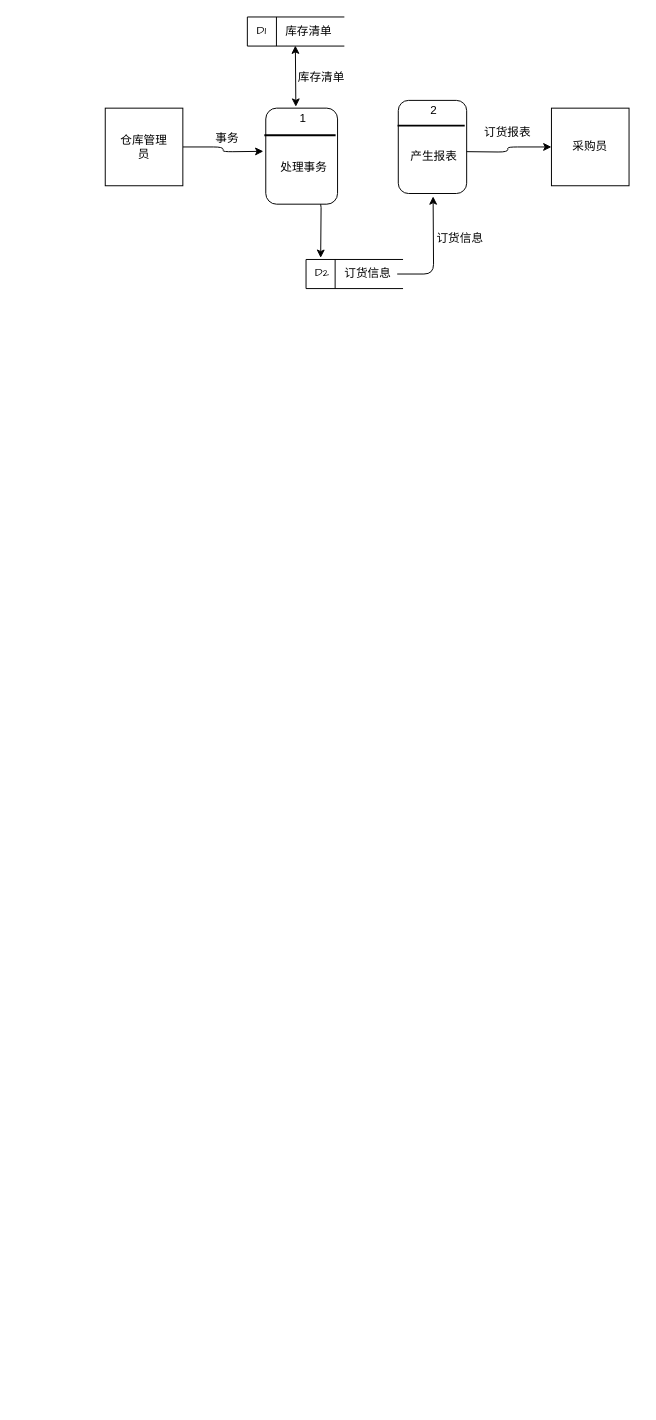
Before: 未命名绘图.drawio in wangXingRunning/weige.github.io, a draw.io diagram. Source tidied: cells renumbered, new cells numbered last; positions are measured from the earlier drawing's top-left corner, leaving out a move shared by most shapes. Both pictures are drawn from the tidied source at 97%, with x=0, y=0 at pixel (105, 16).
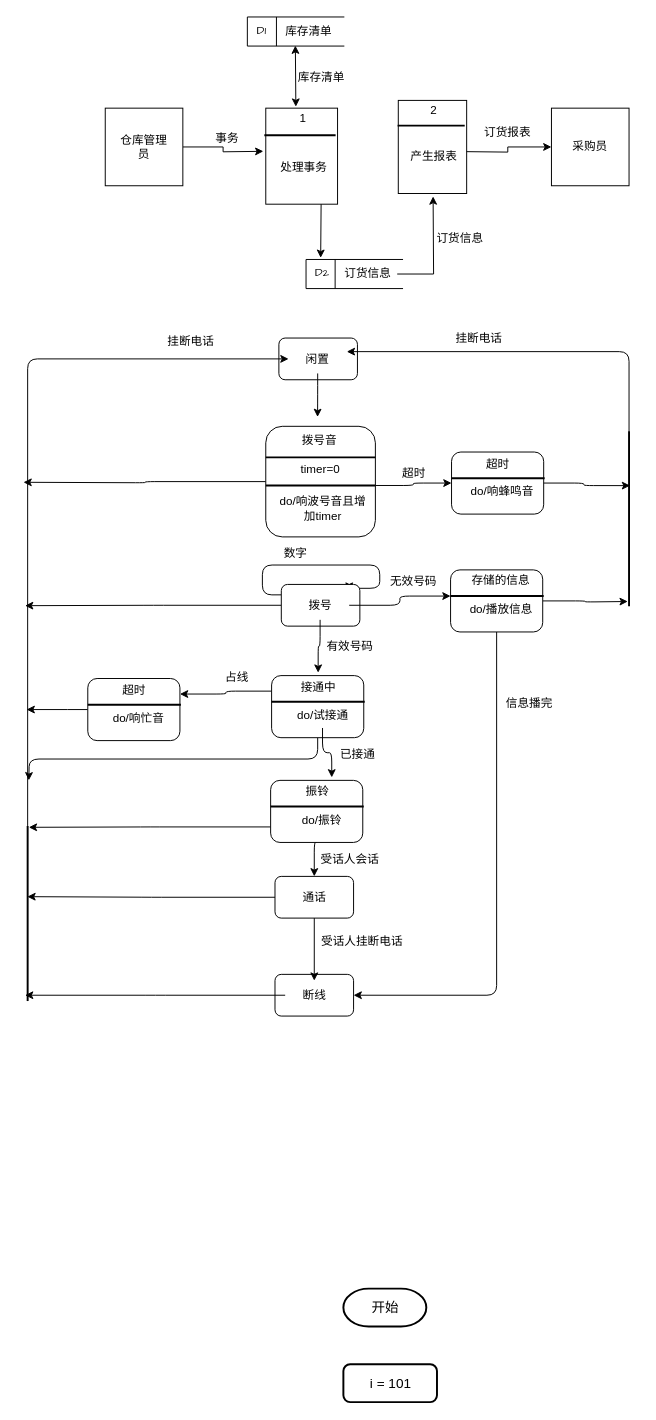
The same page after the edit.

Commit message (it also covers changes not shown here):
更新未命名绘图.drawio

The change refers to these unchanged cells:
```xml
<mxCell id="3" style="whiteSpace=wrap;html=1;hachureGap=4;fontFamily=Architects Daughter;rounded=0;" parent="1" vertex="1">
  <mxGeometry y="94" width="80" height="80" as="geometry" />
</mxCell>
<mxCell id="4" style="whiteSpace=wrap;html=1;hachureGap=4;fontFamily=Architects Daughter;rounded=0;" parent="1" vertex="1">
  <mxGeometry x="460" y="94" width="80" height="80" as="geometry" />
</mxCell>
<mxCell id="14" value="订货信息" style="text;html=1;align=center;verticalAlign=middle;whiteSpace=wrap;rounded=0;" parent="1" vertex="1">
  <mxGeometry x="241" y="250" width="60" height="30" as="geometry" />
</mxCell>
```

Diff of the diagram source:
```diff
@@
-    <mxCell id="2" style="edgeStyle=orthogonalEdgeStyle;jettySize=auto;html=1;exitX=1;exitY=0.5;exitDx=0;exitDy=0;entryX=0;entryY=0.5;entryDx=0;entryDy=0;" parent="1" edge="1" source="3">
+    <mxCell id="2" style="edgeStyle=orthogonalEdgeStyle;jettySize=auto;html=1;exitX=1;exitY=0.5;exitDx=0;exitDy=0;entryX=0;entryY=0.5;entryDx=0;entryDy=0;rounded=0;" parent="1" edge="1" source="3">
       <mxGeometry relative="1" as="geometry">
         <mxPoint x="163" y="138.5" as="targetPoint" />
       </mxGeometry>
     </mxCell>
@@
-    <mxCell id="8" style="edgeStyle=orthogonalEdgeStyle;orthogonalLoop=1;jettySize=auto;html=1;" parent="1" edge="1">
+    <mxCell id="8" style="edgeStyle=orthogonalEdgeStyle;orthogonalLoop=1;jettySize=auto;html=1;rounded=0;" parent="1" edge="1">
       <mxGeometry relative="1" as="geometry">
         <mxPoint x="196.5" y="186" as="sourcePoint" />
         <mxPoint x="222.1" y="248.3" as="targetPoint" />
       </mxGeometry>
     </mxCell>
-    <mxCell id="9" style="edgeStyle=orthogonalEdgeStyle;jettySize=auto;html=1;exitX=1;exitY=0.5;exitDx=0;exitDy=0;entryX=0;entryY=0.5;entryDx=0;entryDy=0;" parent="1" edge="1" target="4">
+    <mxCell id="9" style="edgeStyle=orthogonalEdgeStyle;jettySize=auto;html=1;exitX=1;exitY=0.5;exitDx=0;exitDy=0;entryX=0;entryY=0.5;entryDx=0;entryDy=0;rounded=0;" parent="1" edge="1" target="4">
       <mxGeometry relative="1" as="geometry">
         <mxPoint x="369" y="138.8" as="sourcePoint" />
       </mxGeometry>
     </mxCell>
@@
-    <mxCell id="13" style="edgeStyle=orthogonalEdgeStyle;jettySize=auto;html=1;entryX=0.5;entryY=1;entryDx=0;entryDy=0;" parent="1" edge="1" source="14">
+    <mxCell id="13" style="edgeStyle=orthogonalEdgeStyle;jettySize=auto;html=1;entryX=0.5;entryY=1;entryDx=0;entryDy=0;rounded=0;" parent="1" edge="1" source="14">
       <mxGeometry relative="1" as="geometry">
         <mxPoint x="338" y="185" as="targetPoint" />
       </mxGeometry>
     </mxCell>
@@
-    <mxCell id="17" style="endArrow=classic;startArrow=classic;html=1;" parent="1" edge="1">
+    <mxCell id="17" style="endArrow=classic;startArrow=classic;html=1;rounded=0;" parent="1" edge="1">
       <mxGeometry relative="1" as="geometry">
         <mxPoint x="196.5" y="92.5" as="sourcePoint" />
         <mxPoint x="196" y="29.5" as="targetPoint" />
       </mxGeometry>
     </mxCell>
@@
-    <mxCell id="19" style="rounded=1;whiteSpace=wrap;html=1;" parent="1" vertex="1">
+    <mxCell id="19" style="rounded=0;whiteSpace=wrap;html=1;" parent="1" vertex="1">
       <mxGeometry x="165.5" y="94" width="74" height="99" as="geometry" />
     </mxCell>
-    <mxCell id="20" style="line;strokeWidth=2;html=1;" parent="1" vertex="1">
+    <mxCell id="20" style="line;strokeWidth=2;html=1;rounded=0;" parent="1" vertex="1">
       <mxGeometry x="164" y="117" width="73.5" height="10" as="geometry" />
     </mxCell>
@@
-    <mxCell id="23" style="rounded=1;whiteSpace=wrap;html=1;" parent="1" vertex="1">
+    <mxCell id="23" style="rounded=0;whiteSpace=wrap;html=1;" parent="1" vertex="1">
       <mxGeometry x="302.1" y="86" width="70.5" height="96" as="geometry" />
     </mxCell>
-    <mxCell id="24" style="line;strokeWidth=2;html=1;" parent="1" vertex="1">
+    <mxCell id="24" style="line;strokeWidth=2;html=1;rounded=0;" parent="1" vertex="1">
       <mxGeometry x="301.4" y="107" width="69.2" height="10" as="geometry" />
     </mxCell>
@@
+    <mxCell id="27" style="rounded=1;whiteSpace=wrap;html=1;" parent="1" vertex="1">
+      <mxGeometry x="179" y="331" width="81" height="43" as="geometry" />
+    </mxCell>
+    <mxCell id="28" style="edgeStyle=orthogonalEdgeStyle;jettySize=auto;html=1;exitX=0.5;exitY=1;exitDx=0;exitDy=0;" parent="1" edge="1" source="29">
+      <mxGeometry relative="1" as="geometry">
+        <mxPoint x="218.9" y="412.4" as="targetPoint" />
+      </mxGeometry>
+    </mxCell>
+    <mxCell id="29" value="闲置" style="text;html=1;align=center;verticalAlign=middle;whiteSpace=wrap;rounded=0;" parent="1" vertex="1">
+      <mxGeometry x="189" y="337.5" width="60" height="30" as="geometry" />
+    </mxCell>
+    <mxCell id="30" style="rounded=1;whiteSpace=wrap;html=1;" parent="1" vertex="1">
+      <mxGeometry x="175" y="987" width="81" height="43" as="geometry" />
+    </mxCell>
+    <mxCell id="31" style="edgeStyle=orthogonalEdgeStyle;jettySize=auto;html=1;" parent="1" edge="1" source="32">
+      <mxGeometry relative="1" as="geometry">
+        <mxPoint x="-82.7" y="1008.5" as="targetPoint" />
+      </mxGeometry>
+    </mxCell>
+    <mxCell id="32" value="断线" style="text;html=1;align=center;verticalAlign=middle;whiteSpace=wrap;rounded=0;" parent="1" vertex="1">
+      <mxGeometry x="185.5" y="993.5" width="60" height="30" as="geometry" />
+    </mxCell>
+    <mxCell id="33" style="edgeStyle=orthogonalEdgeStyle;jettySize=auto;html=1;exitX=0.5;exitY=1;exitDx=0;exitDy=0;entryX=0.5;entryY=0;entryDx=0;entryDy=0;" parent="1" edge="1" source="35" target="32">
+      <mxGeometry relative="1" as="geometry" />
+    </mxCell>
+    <mxCell id="34" style="edgeStyle=orthogonalEdgeStyle;jettySize=auto;html=1;exitX=0;exitY=0.5;exitDx=0;exitDy=0;" parent="1" edge="1" source="35">
+      <mxGeometry relative="1" as="geometry">
+        <mxPoint x="-80.3" y="906.9" as="targetPoint" />
+      </mxGeometry>
+    </mxCell>
+    <mxCell id="35" style="rounded=1;whiteSpace=wrap;html=1;" parent="1" vertex="1">
+      <mxGeometry x="175" y="886" width="81" height="43" as="geometry" />
+    </mxCell>
+    <mxCell id="36" value="通话" style="text;html=1;align=center;verticalAlign=middle;whiteSpace=wrap;rounded=0;" parent="1" vertex="1">
+      <mxGeometry x="185.5" y="892.5" width="60" height="30" as="geometry" />
+    </mxCell>
+    <mxCell id="37" style="edgeStyle=orthogonalEdgeStyle;jettySize=auto;html=1;exitX=0;exitY=0.5;exitDx=0;exitDy=0;" parent="1" edge="1" source="38">
+      <mxGeometry relative="1" as="geometry">
+        <mxPoint x="-84.3" y="479.7" as="targetPoint" />
+      </mxGeometry>
+    </mxCell>
+    <mxCell id="38" style="rounded=1;whiteSpace=wrap;html=1;" parent="1" vertex="1">
+      <mxGeometry x="165.5" y="422" width="113" height="114" as="geometry" />
+    </mxCell>
+    <mxCell id="39" style="line;strokeWidth=2;html=1;" parent="1" vertex="1">
+      <mxGeometry x="165.5" y="449" width="113" height="10" as="geometry" />
+    </mxCell>
+    <mxCell id="40" style="edgeStyle=orthogonalEdgeStyle;jettySize=auto;html=1;exitX=1;exitY=0.5;exitDx=0;exitDy=0;exitPerimeter=0;entryX=0;entryY=0.5;entryDx=0;entryDy=0;" parent="1" edge="1" source="41" target="45">
+      <mxGeometry relative="1" as="geometry" />
+    </mxCell>
+    <mxCell id="41" style="line;strokeWidth=2;html=1;" parent="1" vertex="1">
+      <mxGeometry x="165.5" y="478" width="113" height="10" as="geometry" />
+    </mxCell>
+    <mxCell id="42" value="拨号音" style="text;html=1;align=center;verticalAlign=middle;whiteSpace=wrap;rounded=0;" parent="1" vertex="1">
+      <mxGeometry x="191" y="422" width="60" height="30" as="geometry" />
+    </mxCell>
+    <mxCell id="43" value="timer=0" style="text;html=1;align=center;verticalAlign=middle;whiteSpace=wrap;rounded=0;" parent="1" vertex="1">
+      <mxGeometry x="192" y="452" width="60" height="30" as="geometry" />
+    </mxCell>
+    <mxCell id="44" value="do/响波号音且增加timer" style="text;html=1;align=center;verticalAlign=middle;whiteSpace=wrap;rounded=0;" parent="1" vertex="1">
+      <mxGeometry x="179" y="491" width="90.5" height="32" as="geometry" />
+    </mxCell>
+    <mxCell id="45" style="rounded=1;whiteSpace=wrap;html=1;" parent="1" vertex="1">
+      <mxGeometry x="357" y="448.5" width="95" height="64" as="geometry" />
+    </mxCell>
+    <mxCell id="46" style="line;strokeWidth=2;html=1;" parent="1" vertex="1">
+      <mxGeometry x="357" y="470.5" width="96" height="10" as="geometry" />
+    </mxCell>
+    <mxCell id="47" value="超时" style="text;html=1;align=center;verticalAlign=middle;whiteSpace=wrap;rounded=0;" parent="1" vertex="1">
+      <mxGeometry x="375" y="445.5" width="60" height="30" as="geometry" />
+    </mxCell>
+    <mxCell id="48" value="do/响蜂鸣音" style="text;html=1;align=center;verticalAlign=middle;whiteSpace=wrap;rounded=0;" parent="1" vertex="1">
+      <mxGeometry x="375" y="475.5" width="69" height="27" as="geometry" />
+    </mxCell>
+    <mxCell id="49" style="edgeStyle=orthogonalEdgeStyle;jettySize=auto;html=1;exitX=0.5;exitY=1;exitDx=0;exitDy=0;entryX=1;entryY=0.5;entryDx=0;entryDy=0;" parent="1" edge="1" source="51" target="30">
+      <mxGeometry relative="1" as="geometry" />
+    </mxCell>
+    <mxCell id="50" style="edgeStyle=orthogonalEdgeStyle;jettySize=auto;html=1;exitX=1;exitY=0.5;exitDx=0;exitDy=0;" parent="1" edge="1" source="51">
+      <mxGeometry relative="1" as="geometry">
+        <mxPoint x="538.7" y="602.6" as="targetPoint" />
+      </mxGeometry>
+    </mxCell>
+    <mxCell id="51" style="rounded=1;whiteSpace=wrap;html=1;" parent="1" vertex="1">
+      <mxGeometry x="356" y="570" width="95" height="64" as="geometry" />
+    </mxCell>
+    <mxCell id="52" style="line;strokeWidth=2;html=1;" parent="1" vertex="1">
+      <mxGeometry x="356" y="592" width="96" height="10" as="geometry" />
+    </mxCell>
+    <mxCell id="53" value="存储的信息" style="text;html=1;align=center;verticalAlign=middle;whiteSpace=wrap;rounded=0;" parent="1" vertex="1">
+      <mxGeometry x="374" y="567" width="68" height="27" as="geometry" />
+    </mxCell>
+    <mxCell id="54" value="do/播放信息" style="text;html=1;align=center;verticalAlign=middle;whiteSpace=wrap;rounded=0;" parent="1" vertex="1">
+      <mxGeometry x="374" y="597" width="69" height="27" as="geometry" />
+    </mxCell>
+    <mxCell id="55" style="edgeStyle=orthogonalEdgeStyle;jettySize=auto;html=1;exitX=0;exitY=0.5;exitDx=0;exitDy=0;" parent="1" edge="1" source="56">
+      <mxGeometry relative="1" as="geometry">
+        <mxPoint x="-81.1" y="714" as="targetPoint" />
+      </mxGeometry>
+    </mxCell>
+    <mxCell id="56" style="rounded=1;whiteSpace=wrap;html=1;" parent="1" vertex="1">
+      <mxGeometry x="-18" y="682" width="95" height="64" as="geometry" />
+    </mxCell>
+    <mxCell id="57" style="line;strokeWidth=2;html=1;" parent="1" vertex="1">
+      <mxGeometry x="-18" y="704" width="96" height="10" as="geometry" />
+    </mxCell>
+    <mxCell id="58" value="超时" style="text;html=1;align=center;verticalAlign=middle;whiteSpace=wrap;rounded=0;" parent="1" vertex="1">
+      <mxGeometry y="679" width="60" height="30" as="geometry" />
+    </mxCell>
+    <mxCell id="59" value="do/响忙音" style="text;html=1;align=center;verticalAlign=middle;whiteSpace=wrap;rounded=0;" parent="1" vertex="1">
+      <mxGeometry y="709" width="69" height="27" as="geometry" />
+    </mxCell>
+    <mxCell id="60" style="edgeStyle=orthogonalEdgeStyle;jettySize=auto;html=1;exitX=0;exitY=0.25;exitDx=0;exitDy=0;entryX=1;entryY=0.25;entryDx=0;entryDy=0;" parent="1" edge="1" source="62" target="56">
+      <mxGeometry relative="1" as="geometry" />
+    </mxCell>
+    <mxCell id="61" style="edgeStyle=orthogonalEdgeStyle;jettySize=auto;html=1;exitX=0.5;exitY=1;exitDx=0;exitDy=0;" parent="1" edge="1" source="62">
+      <mxGeometry relative="1" as="geometry">
+        <mxPoint x="-78.8" y="787" as="targetPoint" />
+      </mxGeometry>
+    </mxCell>
+    <mxCell id="62" style="rounded=1;whiteSpace=wrap;html=1;" parent="1" vertex="1">
+      <mxGeometry x="171.5" y="679" width="95" height="64" as="geometry" />
+    </mxCell>
+    <mxCell id="63" style="line;strokeWidth=2;html=1;" parent="1" vertex="1">
+      <mxGeometry x="171.5" y="701" width="96" height="10" as="geometry" />
+    </mxCell>
+    <mxCell id="64" value="接通中" style="text;html=1;align=center;verticalAlign=middle;whiteSpace=wrap;rounded=0;" parent="1" vertex="1">
+      <mxGeometry x="189.5" y="676" width="60" height="30" as="geometry" />
+    </mxCell>
+    <mxCell id="65" style="edgeStyle=orthogonalEdgeStyle;jettySize=auto;html=1;entryX=0.75;entryY=0;entryDx=0;entryDy=0;" parent="1" edge="1" source="66" target="71">
+      <mxGeometry relative="1" as="geometry" />
+    </mxCell>
+    <mxCell id="66" value="do/试接通" style="text;html=1;align=center;verticalAlign=middle;whiteSpace=wrap;rounded=0;" parent="1" vertex="1">
+      <mxGeometry x="189.5" y="706" width="69" height="27" as="geometry" />
+    </mxCell>
+    <mxCell id="67" style="edgeStyle=orthogonalEdgeStyle;jettySize=auto;html=1;exitX=0;exitY=0.75;exitDx=0;exitDy=0;" parent="1" edge="1" source="69">
+      <mxGeometry relative="1" as="geometry">
+        <mxPoint x="-78.8" y="835.4" as="targetPoint" />
+      </mxGeometry>
+    </mxCell>
+    <mxCell id="68" style="edgeStyle=orthogonalEdgeStyle;jettySize=auto;html=1;exitX=0.5;exitY=1;exitDx=0;exitDy=0;entryX=0.5;entryY=0;entryDx=0;entryDy=0;" parent="1" edge="1" source="69" target="35">
+      <mxGeometry relative="1" as="geometry" />
+    </mxCell>
+    <mxCell id="69" style="rounded=1;whiteSpace=wrap;html=1;" parent="1" vertex="1">
+      <mxGeometry x="170.5" y="787" width="95" height="64" as="geometry" />
+    </mxCell>
+    <mxCell id="70" style="line;strokeWidth=2;html=1;" parent="1" vertex="1">
+      <mxGeometry x="170.5" y="809" width="96" height="10" as="geometry" />
+    </mxCell>
+    <mxCell id="71" value="振铃" style="text;html=1;align=center;verticalAlign=middle;whiteSpace=wrap;rounded=0;" parent="1" vertex="1">
+      <mxGeometry x="188.5" y="784" width="60" height="30" as="geometry" />
+    </mxCell>
+    <mxCell id="72" value="do/振铃" style="text;html=1;align=center;verticalAlign=middle;whiteSpace=wrap;rounded=0;" parent="1" vertex="1">
+      <mxGeometry x="188.5" y="814" width="69" height="27" as="geometry" />
+    </mxCell>
+    <mxCell id="73" style="edgeStyle=orthogonalEdgeStyle;jettySize=auto;html=1;exitX=0;exitY=0.5;exitDx=0;exitDy=0;" parent="1" edge="1" source="75">
+      <mxGeometry relative="1" as="geometry">
+        <mxPoint x="-82.7" y="606.9" as="targetPoint" />
+      </mxGeometry>
+    </mxCell>
+    <mxCell id="74" style="edgeStyle=orthogonalEdgeStyle;jettySize=auto;html=1;exitX=0;exitY=0.25;exitDx=0;exitDy=0;entryX=1;entryY=0;entryDx=0;entryDy=0;" parent="1" edge="1" source="75" target="78">
+      <mxGeometry relative="1" as="geometry">
+        <Array as="points">
+          <mxPoint x="162" y="596" />
+          <mxPoint x="162" y="565" />
+          <mxPoint x="283" y="565" />
+          <mxPoint x="283" y="589" />
+          <mxPoint x="252" y="589" />
+        </Array>
+      </mxGeometry>
+    </mxCell>
+    <mxCell id="75" style="rounded=1;whiteSpace=wrap;html=1;" parent="1" vertex="1">
+      <mxGeometry x="181.5" y="585" width="81" height="43" as="geometry" />
+    </mxCell>
+    <mxCell id="76" style="edgeStyle=orthogonalEdgeStyle;jettySize=auto;html=1;exitX=0.5;exitY=1;exitDx=0;exitDy=0;entryX=0.5;entryY=0;entryDx=0;entryDy=0;" parent="1" edge="1" source="78" target="64">
+      <mxGeometry relative="1" as="geometry" />
+    </mxCell>
+    <mxCell id="77" style="edgeStyle=orthogonalEdgeStyle;jettySize=auto;html=1;exitX=1;exitY=0.5;exitDx=0;exitDy=0;" parent="1" edge="1" source="78" target="52">
+      <mxGeometry relative="1" as="geometry" />
+    </mxCell>
+    <mxCell id="78" value="拨号" style="text;html=1;align=center;verticalAlign=middle;whiteSpace=wrap;rounded=0;" parent="1" vertex="1">
+      <mxGeometry x="191.5" y="591.5" width="60" height="30" as="geometry" />
+    </mxCell>
+    <mxCell id="79" value="信息播完" style="text;html=1;align=center;verticalAlign=middle;whiteSpace=wrap;rounded=0;" parent="1" vertex="1">
+      <mxGeometry x="400" y="691" width="75" height="34" as="geometry" />
+    </mxCell>
+    <mxCell id="80" style="edgeStyle=orthogonalEdgeStyle;jettySize=auto;html=1;exitX=0;exitY=0.5;exitDx=0;exitDy=0;exitPerimeter=0;entryX=0;entryY=0.5;entryDx=0;entryDy=0;" parent="1" edge="1" source="81" target="29">
+      <mxGeometry relative="1" as="geometry" />
+    </mxCell>
+    <mxCell id="81" style="line;strokeWidth=2;direction=south;html=1;" parent="1" vertex="1">
+      <mxGeometry x="-85" y="834" width="10" height="180.5" as="geometry" />
+    </mxCell>
+    <mxCell id="82" value="挂断电话" style="text;html=1;align=center;verticalAlign=middle;whiteSpace=wrap;rounded=0;" parent="1" vertex="1">
+      <mxGeometry x="51" y="318" width="75" height="34" as="geometry" />
+    </mxCell>
+    <mxCell id="83" value="数字" style="text;html=1;align=center;verticalAlign=middle;whiteSpace=wrap;rounded=0;" parent="1" vertex="1">
+      <mxGeometry x="158.5" y="536" width="75" height="34" as="geometry" />
+    </mxCell>
+    <mxCell id="84" value="有效号码" style="text;html=1;align=center;verticalAlign=middle;whiteSpace=wrap;rounded=0;" parent="1" vertex="1">
+      <mxGeometry x="215" y="632" width="75" height="34" as="geometry" />
+    </mxCell>
+    <mxCell id="85" value="已接通" style="text;html=1;align=center;verticalAlign=middle;whiteSpace=wrap;rounded=0;" parent="1" vertex="1">
+      <mxGeometry x="223" y="743" width="75" height="34" as="geometry" />
+    </mxCell>
+    <mxCell id="86" value="受话人会话" style="text;html=1;align=center;verticalAlign=middle;whiteSpace=wrap;rounded=0;" parent="1" vertex="1">
+      <mxGeometry x="215" y="852" width="75" height="34" as="geometry" />
+    </mxCell>
+    <mxCell id="87" value="受话人挂断电话" style="text;html=1;align=center;verticalAlign=middle;whiteSpace=wrap;rounded=0;" parent="1" vertex="1">
+      <mxGeometry x="219.5" y="938" width="89.5" height="30" as="geometry" />
+    </mxCell>
+    <mxCell id="88" style="edgeStyle=orthogonalEdgeStyle;jettySize=auto;html=1;exitX=0;exitY=0.5;exitDx=0;exitDy=0;exitPerimeter=0;entryX=1;entryY=0.25;entryDx=0;entryDy=0;" parent="1" edge="1" source="89" target="29">
+      <mxGeometry relative="1" as="geometry" />
+    </mxCell>
+    <mxCell id="89" style="line;strokeWidth=2;direction=south;html=1;" parent="1" vertex="1">
+      <mxGeometry x="535" y="427" width="10" height="180.5" as="geometry" />
+    </mxCell>
+    <mxCell id="90" style="edgeStyle=orthogonalEdgeStyle;jettySize=auto;html=1;exitX=1;exitY=0.5;exitDx=0;exitDy=0;entryX=0.311;entryY=0.392;entryDx=0;entryDy=0;entryPerimeter=0;" parent="1" edge="1" source="45" target="89">
+      <mxGeometry relative="1" as="geometry" />
+    </mxCell>
+    <mxCell id="91" value="无效号码" style="text;html=1;align=center;verticalAlign=middle;whiteSpace=wrap;rounded=0;" parent="1" vertex="1">
+      <mxGeometry x="288" y="567" width="60" height="30" as="geometry" />
+    </mxCell>
+    <mxCell id="92" value="占线" style="text;html=1;align=center;verticalAlign=middle;whiteSpace=wrap;rounded=0;" parent="1" vertex="1">
+      <mxGeometry x="105.5" y="666" width="60" height="30" as="geometry" />
+    </mxCell>
+    <mxCell id="93" value="超时" style="text;html=1;align=center;verticalAlign=middle;whiteSpace=wrap;rounded=0;" parent="1" vertex="1">
+      <mxGeometry x="281" y="454" width="75" height="34" as="geometry" />
+    </mxCell>
+    <mxCell id="94" value="挂断电话" style="text;html=1;align=center;verticalAlign=middle;whiteSpace=wrap;rounded=0;" parent="1" vertex="1">
+      <mxGeometry x="348" y="315" width="75" height="34" as="geometry" />
+    </mxCell>
+    <mxCell id="95" value="&lt;font style=&quot;font-size: 14px;&quot;&gt;开始&lt;/font&gt;" style="strokeWidth=2;html=1;shape=mxgraph.flowchart.terminator;whiteSpace=wrap;" parent="1" vertex="1">
+      <mxGeometry x="245.5" y="1311" width="85.5" height="39" as="geometry" />
+    </mxCell>
+    <mxCell id="96" value="&lt;font style=&quot;font-size: 14px;&quot;&gt;i = 101&lt;/font&gt;" style="rounded=1;whiteSpace=wrap;html=1;absoluteArcSize=1;arcSize=14;strokeWidth=2;" parent="1" vertex="1">
+      <mxGeometry x="245.5" y="1389" width="96.5" height="39" as="geometry" />
+    </mxCell>
```
